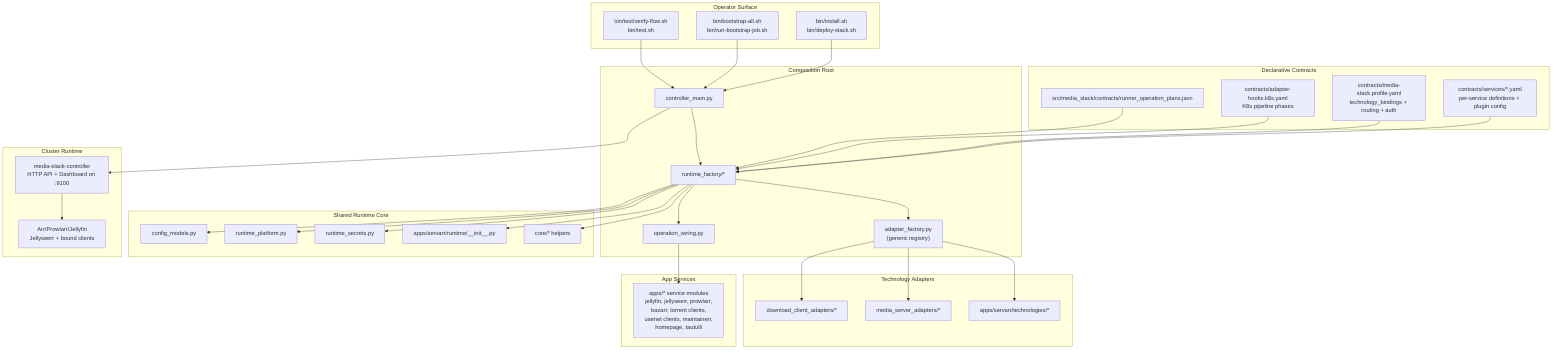
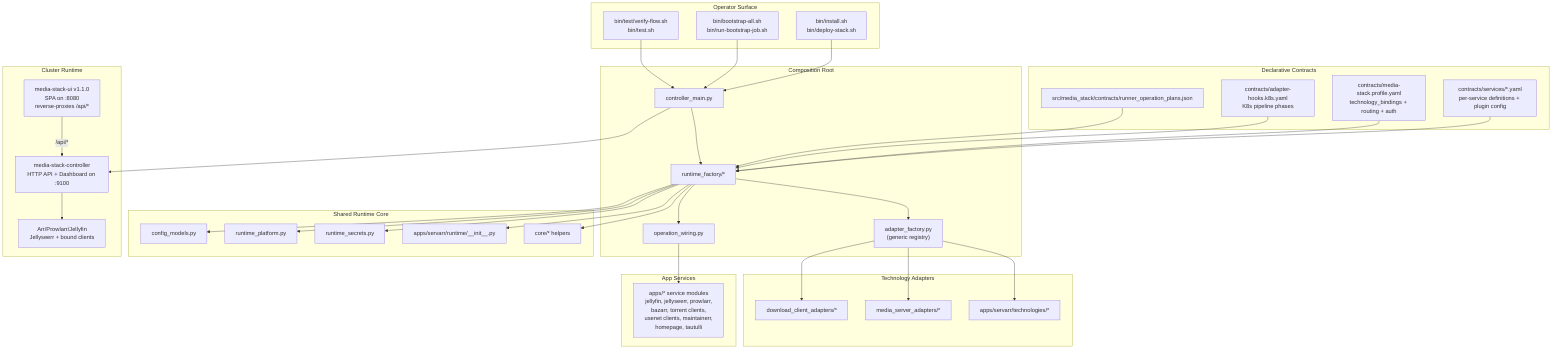
flowchart TD
  subgraph Operators[Operator Surface]
    SH1["bin/install.sh\nbin/deploy-stack.sh"]
    SH2["bin/bootstrap-all.sh\nbin/run-bootstrap-job.sh"]
    SH3["bin/test/verify-flow.sh\nbin/test.sh"]
  end

  subgraph Contracts[Declarative Contracts]
    SVC["contracts/services/*.yaml\nper-service definitions + plugin config"]
    PROF["contracts/media-stack.profile.yaml\ntechnology_bindings + routing + auth"]
    K8S["contracts/adapter-hooks.k8s.yaml\nK8s pipeline phases"]
    RPLAN["src/media_stack/contracts/runner_operation_plans.json"]
  end

  subgraph Entry[Composition Root]
    MAIN["controller_main.py"]
    RF["runtime_factory/*"]
    REG["adapter_factory.py\n(generic registry)"]
    WIRE["operation_wiring.py"]
  end

  subgraph Core[Shared Runtime Core]
    CFGM["config_models.py"]
    CORE_RT["runtime_platform.py"]
    CORE_SEC["runtime_secrets.py"]
    ARR["apps/servarr/runtime/__init__.py"]
    LIB["core/* helpers"]
  end

  subgraph Adapters[Technology Adapters]
    DL["download_client_adapters/*"]
    MS["media_server_adapters/*"]
    SA["apps/servarr/technologies/*"]
  end

  subgraph AppSvc[App Services]
    APPMOD["apps/* service modules\njellyfin, jellyseerr, prowlarr,\nbazarr, torrent clients,\nusenet clients, maintainerr,\nhomepage, tautulli"]
  end

  subgraph Runtime[Cluster Runtime]
    CTRL["media-stack-controller\nHTTP API + Dashboard on :9100"]
+     UI["media-stack-ui v1.1.0\nSPA on :8080\nreverse-proxies /api/*"]
    APPS["Arr/Prowlarr/Jellyfin\nJellyseerr + bound clients"]
  end

  SH1 --> MAIN
  SH2 --> MAIN
  SH3 --> MAIN

  SVC --> RF
  PROF --> RF
  K8S --> RF
  RPLAN --> RF

  MAIN --> RF --> WIRE

  RF --> CFGM
  RF --> CORE_RT
  RF --> CORE_SEC
  RF --> ARR
  RF --> LIB

  REG --> DL
  REG --> MS
  REG --> SA
  RF --> REG

  WIRE --> APPMOD

  MAIN --> CTRL --> APPS
+   UI -->|/api/*| CTRL
